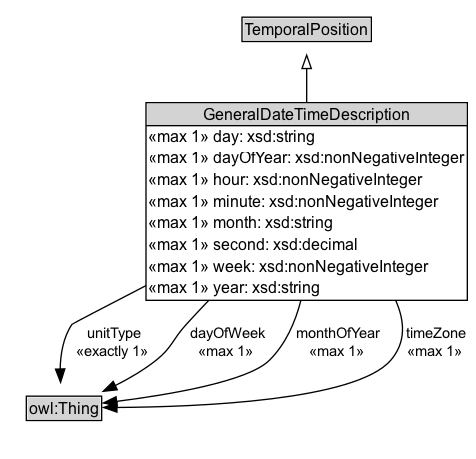
Earlier version of the Graphviz export docs/diagrams/GeneralDateTimeDescription.dot.png (ISO-TC204/ontology-import-time). Its source is kept beside it as docs/diagrams/GeneralDateTimeDescription.dot.
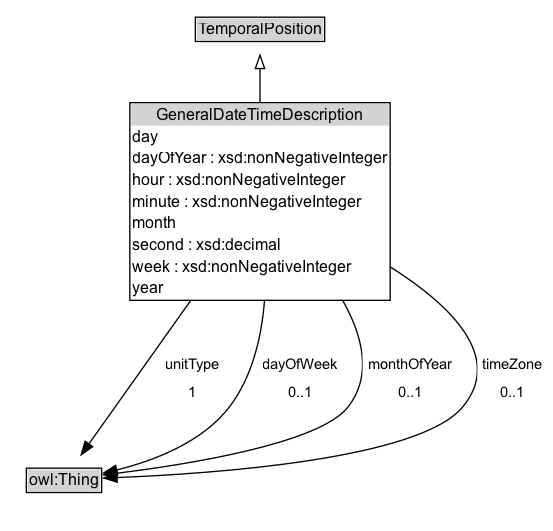
The same file after the commit.

What changed in the source:
```diff
@@ -3,24 +3,24 @@
 	node [fontname=Arial fontsize=12 margin=0 shape=none]
 	edge [fontname=Arial fontsize=11]
 	{
+		rank=source
+		TemporalPosition [label=<<TABLE BORDER="1" CELLBORDER="0" CELLSPACING="0" CELLPADDING="1"><TR><TD BGCOLOR="lightgray" ALIGN="CENTER">TemporalPosition</TD></TR></TABLE>> URL="../TemporalPosition" margin=0]
+	}
+	GeneralDateTimeDescription [label=<<TABLE BORDER="1" CELLBORDER="0" CELLSPACING="0" CELLPADDING="1"><TR><TD BGCOLOR="lightgray" ALIGN="CENTER">GeneralDateTimeDescription</TD></TR><TR><TD ALIGN="LEFT">day</TD></TR><TR><TD ALIGN="LEFT">dayOfYear : xsd:nonNegativeInteger</TD></TR><TR><TD ALIGN="LEFT">hour : xsd:nonNegativeInteger</TD></TR><TR><TD ALIGN="LEFT">minute : xsd:nonNegativeInteger</TD></TR><TR><TD ALIGN="LEFT">month</TD></TR><TR><TD ALIGN="LEFT">second : xsd:decimal</TD></TR><TR><TD ALIGN="LEFT">week : xsd:nonNegativeInteger</TD></TR><TR><TD ALIGN="LEFT">year</TD></TR></TABLE>> URL="../GeneralDateTimeDescription" margin=0]
+	{
 		rank=max
-		GeneralDateTimeDescription [label=<<TABLE BORDER="1" CELLBORDER="0" CELLSPACING="0" CELLPADDING="1"><TR><TD BGCOLOR="lightgray" ALIGN="CENTER" PORT="e">GeneralDateTimeDescription</TD></TR><HR/><TR><TD ALIGN="LEFT">«max 1» day: xsd:string</TD></TR><TR><TD ALIGN="LEFT">«max 1» dayOfYear: xsd:nonNegativeInteger</TD></TR><TR><TD ALIGN="LEFT">«max 1» hour: xsd:nonNegativeInteger</TD></TR><TR><TD ALIGN="LEFT">«max 1» minute: xsd:nonNegativeInteger</TD></TR><TR><TD ALIGN="LEFT">«max 1» month: xsd:string</TD></TR><TR><TD ALIGN="LEFT">«max 1» second: xsd:decimal</TD></TR><TR><TD ALIGN="LEFT">«max 1» week: xsd:nonNegativeInteger</TD></TR><TR><TD ALIGN="LEFT">«max 1» year: xsd:string</TD></TR></TABLE>> URL="../GeneralDateTimeDescription" margin=0]
 	}
 	subgraph cluster_associated {
 		label="" style=invis
 		Invis [label=<<TABLE BORDER="0" CELLBORDER="0" CELLSPACING="0" CELLPADDING="1"><TR><TD></TD></TR></TABLE>> margin=0 style=invis]
-		owl_Thing [label=<<TABLE BORDER="1" CELLBORDER="0" CELLSPACING="0" CELLPADDING="1"><TR><TD BGCOLOR="lightgray" ALIGN="CENTER">owl:Thing</TD></TR></TABLE>> margin=0]
+		owl_Thing [label=<<TABLE BORDER="1" CELLBORDER="0" CELLSPACING="0" CELLPADDING="1"><TR><TD BGCOLOR="lightgray" ALIGN="CENTER">owl:Thing</TD></TR></TABLE>> URL="https://w3id.org/citydata/imported/owl/latest/Thing" margin=0]
 	}
-	TemporalPosition [label=<<TABLE BORDER="1" CELLBORDER="0" CELLSPACING="0" CELLPADDING="1"><TR><TD BGCOLOR="lightgray" ALIGN="CENTER">TemporalPosition</TD></TR></TABLE>> URL="../TemporalPosition" margin=0]
 	GeneralDateTimeDescription -> TemporalPosition [arrowhead=onormal style=solid]
 	GeneralDateTimeDescription -> Invis [style=invis]
 	Invis -> owl_Thing [style=invis]
-	GeneralDateTimeDescription -> owl_Thing [label=" unitType
- «exactly 1»  " arrowhead=normal style=solid]
-	GeneralDateTimeDescription -> owl_Thing [label=" dayOfWeek
- «max 1»  " arrowhead=normal style=solid]
-	GeneralDateTimeDescription -> owl_Thing [label=" monthOfYear
- «max 1»  " arrowhead=normal style=solid]
-	GeneralDateTimeDescription -> owl_Thing [label=" timeZone
- «max 1»  " arrowhead=normal style=solid]
+	owl_Thing [label=<<TABLE BORDER="1" CELLBORDER="0" CELLSPACING="0" CELLPADDING="1"><TR><TD BGCOLOR="lightgray" ALIGN="CENTER">owl:Thing</TD></TR></TABLE>> URL="https://w3id.org/citydata/imported/owl/latest/Thing" margin=0]
+	GeneralDateTimeDescription -> owl_Thing [label=<<TABLE BORDER="0" CELLBORDER="0" CELLSPACING="0" CELLPADDING="4" BGCOLOR="white"><TR><TD ALIGN="CENTER">unitType</TD></TR><TR><TD ALIGN="CENTER">1</TD></TR></TABLE>> arrowhead=normal style=solid]
+	GeneralDateTimeDescription -> owl_Thing [label=<<TABLE BORDER="0" CELLBORDER="0" CELLSPACING="0" CELLPADDING="4" BGCOLOR="white"><TR><TD ALIGN="CENTER">dayOfWeek</TD></TR><TR><TD ALIGN="CENTER">0..1</TD></TR></TABLE>> arrowhead=normal style=solid]
+	GeneralDateTimeDescription -> owl_Thing [label=<<TABLE BORDER="0" CELLBORDER="0" CELLSPACING="0" CELLPADDING="4" BGCOLOR="white"><TR><TD ALIGN="CENTER">monthOfYear</TD></TR><TR><TD ALIGN="CENTER">0..1</TD></TR></TABLE>> arrowhead=normal style=solid]
+	GeneralDateTimeDescription -> owl_Thing [label=<<TABLE BORDER="0" CELLBORDER="0" CELLSPACING="0" CELLPADDING="4" BGCOLOR="white"><TR><TD ALIGN="CENTER">timeZone</TD></TR><TR><TD ALIGN="CENTER">0..1</TD></TR></TABLE>> arrowhead=normal style=solid]
 }
```
